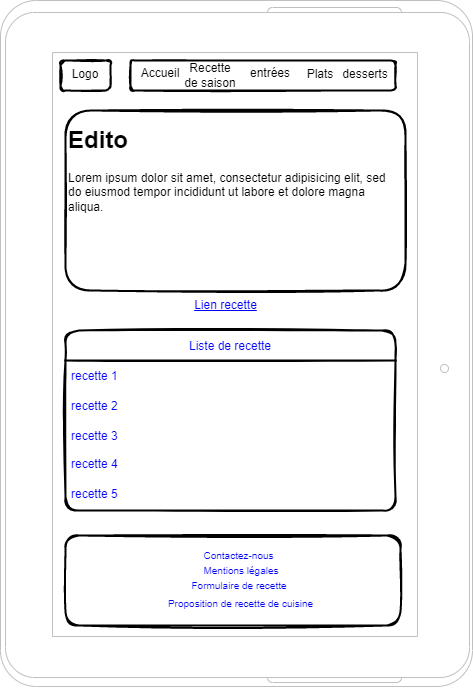
The draw.io diagram wireframes/homePage-tablet.png in david-tran-dev/orecipe, before a commit. Source tidied: cells renumbered, new cells last; positions are measured from the earlier drawing's top-left corner, leaving out a move shared by most shapes.
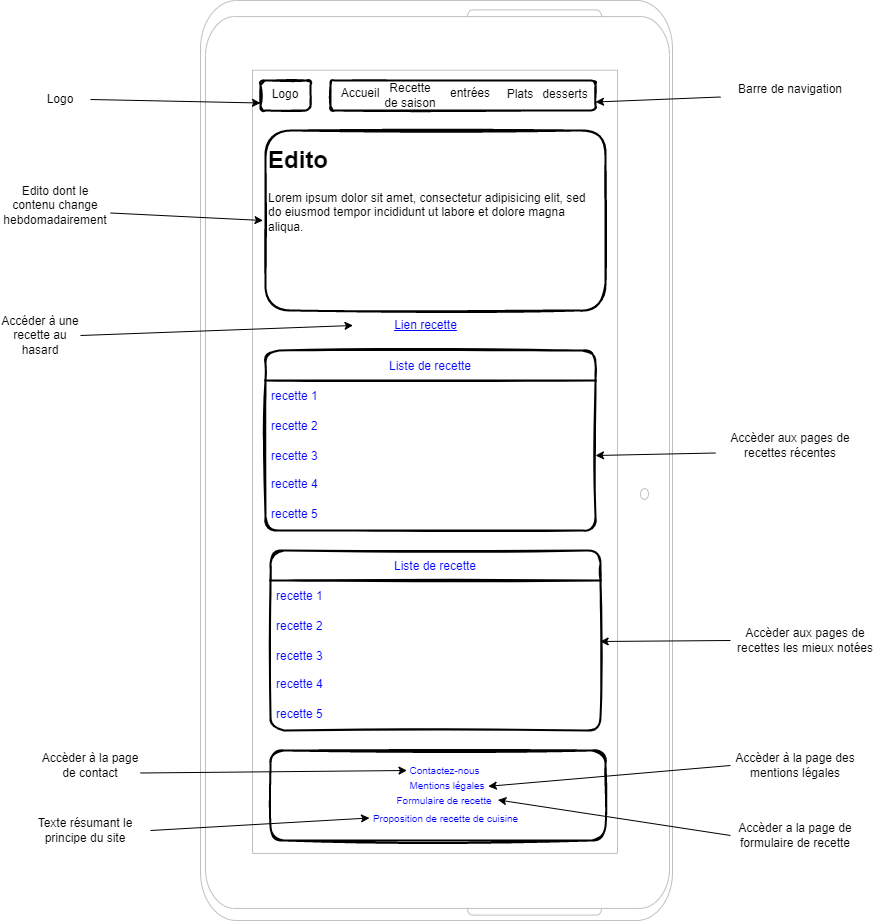
The same diagram one commit later.

Diff of the diagram source:
```diff
@@ -3,7 +3,7 @@
     <mxCell id="0" />
     <mxCell id="1" parent="0" />
     <mxCell id="2" style="verticalLabelPosition=bottom;verticalAlign=top;html=1;shadow=0;dashed=0;strokeWidth=1;shape=mxgraph.android.tab2;strokeColor=#c0c0c0;" parent="1" vertex="1">
-      <mxGeometry width="472" height="686" as="geometry" />
+      <mxGeometry y="-20" width="472" height="920" as="geometry" />
     </mxCell>
     <mxCell id="3" style="rounded=1;whiteSpace=wrap;html=1;sketch=1;fontSize=18;strokeWidth=2;" parent="1" vertex="1">
       <mxGeometry x="130" y="60" width="265" height="30" as="geometry" />
@@ -57,19 +57,97 @@
       <mxGeometry y="150" width="330" height="30" as="geometry" />
     </mxCell>
     <mxCell id="20" style="rounded=1;whiteSpace=wrap;html=1;sketch=1;fontSize=12;fontColor=#0000FF;strokeWidth=2;" parent="1" vertex="1">
-      <mxGeometry x="65" y="535" width="335" height="90" as="geometry" />
+      <mxGeometry x="70" y="730" width="335" height="90" as="geometry" />
     </mxCell>
     <mxCell id="21" value="Contactez-nous" style="text;html=1;strokeColor=none;fillColor=none;align=center;verticalAlign=middle;whiteSpace=wrap;rounded=1;sketch=1;fontSize=10;fontColor=#0000FF;" parent="1" vertex="1">
-      <mxGeometry x="201.5" y="540" width="75" height="30" as="geometry" />
+      <mxGeometry x="206.5" y="735" width="75" height="30" as="geometry" />
     </mxCell>
     <mxCell id="22" value="Mentions légales" style="text;html=1;strokeColor=none;fillColor=none;align=center;verticalAlign=middle;whiteSpace=wrap;rounded=1;sketch=1;fontSize=10;fontColor=#0000FF;horizontal=1;" parent="1" vertex="1">
-      <mxGeometry x="201.5" y="555" width="80" height="30" as="geometry" />
+      <mxGeometry x="206.5" y="750" width="80" height="30" as="geometry" />
     </mxCell>
     <mxCell id="23" value="Formulaire de recette" style="text;html=1;strokeColor=none;fillColor=none;align=center;verticalAlign=middle;whiteSpace=wrap;rounded=1;sketch=1;fontSize=10;fontColor=#0000FF;" parent="1" vertex="1">
-      <mxGeometry x="180" y="570" width="117.5" height="30" as="geometry" />
+      <mxGeometry x="185" y="765" width="117.5" height="30" as="geometry" />
     </mxCell>
     <mxCell id="24" value="Proposition de recette de cuisine" style="text;html=1;strokeColor=none;fillColor=none;align=center;verticalAlign=middle;whiteSpace=wrap;rounded=1;sketch=1;fontSize=10;fontColor=#0000FF;" parent="1" vertex="1">
-      <mxGeometry x="164" y="585" width="152.5" height="35" as="geometry" />
+      <mxGeometry x="169" y="780" width="152.5" height="35" as="geometry" />
     </mxCell>
+    <mxCell id="25" value="Liste de recette" style="swimlane;fontStyle=0;horizontal=1;startSize=30;sketch=1;fontSize=12;fontColor=#0000FF;strokeWidth=2;rounded=1;" parent="1" vertex="1">
+      <mxGeometry x="70" y="530" width="330" height="180" as="geometry" />
+    </mxCell>
+    <mxCell id="26" value="recette 1" style="text;strokeColor=none;fillColor=none;align=left;verticalAlign=middle;spacingLeft=4;spacingRight=4;overflow=hidden;sketch=1;fontSize=12;fontColor=#0000FF;rounded=1;" parent="25" vertex="1">
+      <mxGeometry y="30" width="330" height="30" as="geometry" />
+    </mxCell>
+    <mxCell id="27" value="recette 2" style="text;strokeColor=none;fillColor=none;align=left;verticalAlign=middle;spacingLeft=4;spacingRight=4;overflow=hidden;sketch=1;fontSize=12;fontColor=#0000FF;rounded=1;" parent="25" vertex="1">
+      <mxGeometry y="60" width="330" height="30" as="geometry" />
+    </mxCell>
+    <mxCell id="28" value="recette 3" style="text;strokeColor=none;fillColor=none;align=left;verticalAlign=middle;spacingLeft=4;spacingRight=4;overflow=hidden;points=[[0,0.5],[1,0.5]];portConstraint=eastwest;sketch=1;fontSize=12;fontColor=#0000FF;rounded=1;" parent="25" vertex="1">
+      <mxGeometry y="90" width="330" height="30" as="geometry" />
+    </mxCell>
+    <mxCell id="29" value="recette 4" style="text;strokeColor=none;fillColor=none;spacingLeft=4;spacingRight=4;overflow=hidden;fontSize=12;sketch=1;fontColor=#0000FF;rounded=1;" parent="25" vertex="1">
+      <mxGeometry y="120" width="330" height="30" as="geometry" />
+    </mxCell>
+    <mxCell id="30" value="recette 5" style="text;strokeColor=none;fillColor=none;spacingLeft=4;spacingRight=4;overflow=hidden;fontSize=12;sketch=1;fontColor=#0000FF;rounded=1;" parent="25" vertex="1">
+      <mxGeometry y="150" width="330" height="30" as="geometry" />
+    </mxCell>
+    <mxCell id="31" value="Barre de navigation" style="text;html=1;strokeColor=none;fillColor=none;align=center;verticalAlign=middle;whiteSpace=wrap;rounded=0;" parent="1" vertex="1">
+      <mxGeometry x="520" y="54" width="140" height="30" as="geometry" />
+    </mxCell>
+    <mxCell id="32" value="Accèder aux pages de recettes récentes" style="text;html=1;strokeColor=none;fillColor=none;align=center;verticalAlign=middle;whiteSpace=wrap;rounded=0;" parent="1" vertex="1">
+      <mxGeometry x="515" y="410" width="150" height="30" as="geometry" />
+    </mxCell>
+    <mxCell id="33" value="Accèder aux pages de recettes les mieux notées" style="text;html=1;strokeColor=none;fillColor=none;align=center;verticalAlign=middle;whiteSpace=wrap;rounded=0;" parent="1" vertex="1">
+      <mxGeometry x="530" y="605" width="150" height="30" as="geometry" />
+    </mxCell>
+    <mxCell id="34" value="Accèder a la page de formulaire de recette" style="text;html=1;strokeColor=none;fillColor=none;align=center;verticalAlign=middle;whiteSpace=wrap;rounded=0;" parent="1" vertex="1">
+      <mxGeometry x="530" y="800" width="130" height="30" as="geometry" />
+    </mxCell>
+    <mxCell id="35" value="Accèder à la page des mentions légales" style="text;html=1;strokeColor=none;fillColor=none;align=center;verticalAlign=middle;whiteSpace=wrap;rounded=0;" parent="1" vertex="1">
+      <mxGeometry x="530" y="730" width="130" height="30" as="geometry" />
+    </mxCell>
+    <mxCell id="36" value="Texte résumant le principe du site" style="text;html=1;strokeColor=none;fillColor=none;align=center;verticalAlign=middle;whiteSpace=wrap;rounded=0;" parent="1" vertex="1">
+      <mxGeometry x="-180" y="795" width="130" height="30" as="geometry" />
+    </mxCell>
+    <mxCell id="37" value="Accèder à la page de contact" style="text;html=1;strokeColor=none;fillColor=none;align=center;verticalAlign=middle;whiteSpace=wrap;rounded=0;" parent="1" vertex="1">
+      <mxGeometry x="-160" y="730" width="100" height="30" as="geometry" />
+    </mxCell>
+    <mxCell id="38" value="Accéder à une recette au hasard" style="text;html=1;strokeColor=none;fillColor=none;align=center;verticalAlign=middle;whiteSpace=wrap;rounded=0;" parent="1" vertex="1">
+      <mxGeometry x="-200" y="300" width="80" height="30" as="geometry" />
+    </mxCell>
+    <mxCell id="39" value="Edito dont le contenu change hebdomadairement" style="text;html=1;strokeColor=none;fillColor=none;align=center;verticalAlign=middle;whiteSpace=wrap;rounded=0;" parent="1" vertex="1">
+      <mxGeometry x="-200" y="170" width="110" height="30" as="geometry" />
+    </mxCell>
+    <mxCell id="40" value="Logo" style="text;html=1;strokeColor=none;fillColor=none;align=center;verticalAlign=middle;whiteSpace=wrap;rounded=0;" parent="1" vertex="1">
+      <mxGeometry x="-170" y="64" width="60" height="30" as="geometry" />
+    </mxCell>
+    <mxCell id="41" style="endArrow=classic;html=1;rounded=0;entryX=0;entryY=0.75;entryDx=0;entryDy=0;exitX=1;exitY=0.5;exitDx=0;exitDy=0;" parent="1" edge="1" source="40" target="9">
+      <mxGeometry relative="1" as="geometry" />
+    </mxCell>
+    <mxCell id="42" style="endArrow=classic;html=1;rounded=0;entryX=1;entryY=0.75;entryDx=0;entryDy=0;exitX=0;exitY=0.75;exitDx=0;exitDy=0;" parent="1" edge="1" source="31" target="8">
+      <mxGeometry relative="1" as="geometry" />
+    </mxCell>
+    <mxCell id="43" style="endArrow=classic;html=1;rounded=0;entryX=0;entryY=0.5;entryDx=0;entryDy=0;exitX=1;exitY=0.75;exitDx=0;exitDy=0;" parent="1" edge="1" source="39" target="12">
+      <mxGeometry relative="1" as="geometry" />
+    </mxCell>
+    <mxCell id="44" style="endArrow=classic;html=1;rounded=0;entryX=0;entryY=0.5;entryDx=0;entryDy=0;exitX=1;exitY=0.5;exitDx=0;exitDy=0;" parent="1" edge="1" source="38" target="13">
+      <mxGeometry relative="1" as="geometry" />
+    </mxCell>
+    <mxCell id="45" style="endArrow=classic;html=1;rounded=0;entryX=1;entryY=0.5;entryDx=0;entryDy=0;exitX=0;exitY=0.75;exitDx=0;exitDy=0;" parent="1" edge="1" source="32" target="17">
+      <mxGeometry relative="1" as="geometry" />
+    </mxCell>
+    <mxCell id="46" style="endArrow=classic;html=1;rounded=0;entryX=0.999;entryY=0.033;entryDx=0;entryDy=0;entryPerimeter=0;exitX=0;exitY=0.5;exitDx=0;exitDy=0;" parent="1" edge="1" source="33" target="28">
+      <mxGeometry relative="1" as="geometry" />
+    </mxCell>
+    <mxCell id="47" style="endArrow=classic;html=1;rounded=0;entryX=0;entryY=0.5;entryDx=0;entryDy=0;exitX=1;exitY=0.75;exitDx=0;exitDy=0;" parent="1" edge="1" source="37" target="21">
+      <mxGeometry relative="1" as="geometry" />
+    </mxCell>
+    <mxCell id="48" style="endArrow=classic;html=1;rounded=0;exitX=0;exitY=0.5;exitDx=0;exitDy=0;entryX=0.875;entryY=0.027;entryDx=0;entryDy=0;entryPerimeter=0;" parent="1" edge="1" source="35" target="23">
+      <mxGeometry relative="1" as="geometry" />
+    </mxCell>
+    <mxCell id="49" style="endArrow=classic;html=1;rounded=0;entryX=0.842;entryY=-0.017;entryDx=0;entryDy=0;entryPerimeter=0;exitX=0;exitY=0.5;exitDx=0;exitDy=0;" parent="1" edge="1" source="34" target="24">
+      <mxGeometry relative="1" as="geometry" />
+    </mxCell>
+    <mxCell id="50" style="endArrow=classic;html=1;rounded=0;entryX=0;entryY=0.5;entryDx=0;entryDy=0;exitX=1;exitY=0.5;exitDx=0;exitDy=0;" parent="1" edge="1" source="36" target="24">
+      <mxGeometry relative="1" as="geometry" />
+    </mxCell>
   </root>
 </mxGraphModel>
```
